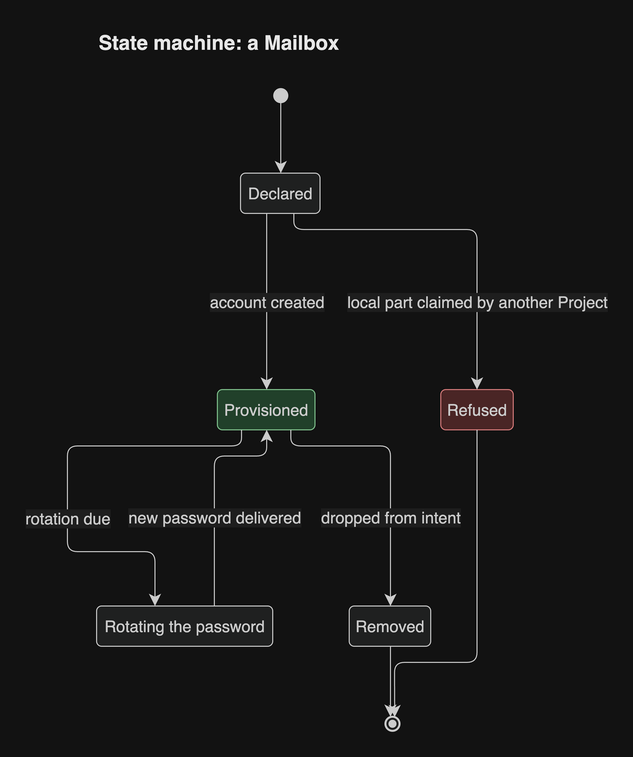
Above: docs/diagrams/png/state-mailbox.png in JorisJonkers-dev/estate-kit (draw.io), before the change. Source tidied: cells renumbered, new cells last; positions are measured from the earlier drawing's top-left corner, leaving out a move shared by most shapes.
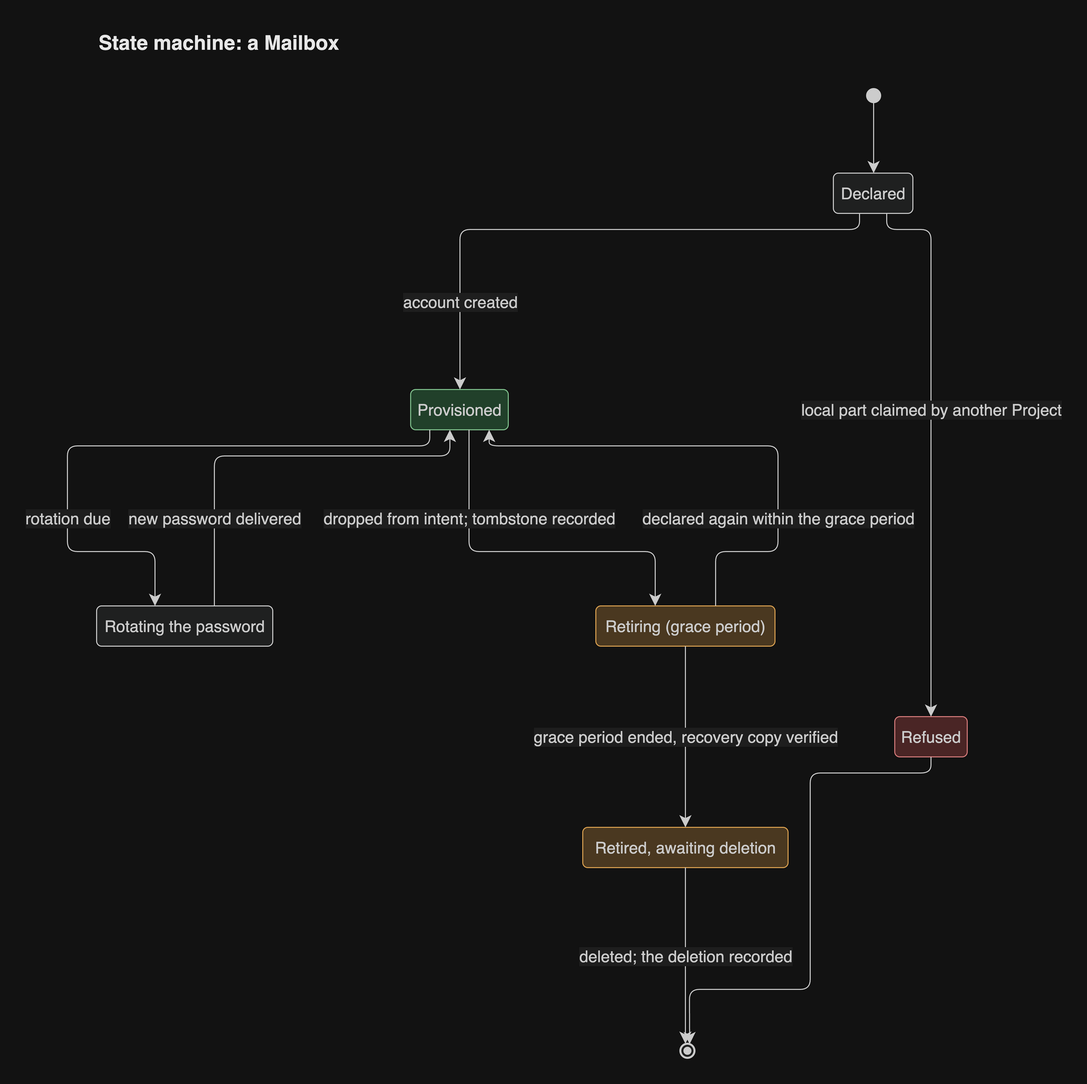
Later version of the same file.

Diff of the diagram source:
```diff
@@ -5,94 +5,119 @@
     <mxCell id="2" value="Rotating the password" style="rounded=1;absoluteArcSize=1;arcSize=10;html=1;whiteSpace=wrap;strokeWidth=1;fillColor=light-dark(#ECECFF,#1f2020);strokeColor=light-dark(#9370DB,#cccccc);fontColor=light-dark(#333333,#cccccc);fontSize=16;fontFamily=Helvetica;" parent="1" vertex="1">
       <mxGeometry x="29" y="578" width="175" height="40" as="geometry" />
     </mxCell>
-    <mxCell id="3" style="ellipse;html=1;fillColor=light-dark(#333333,#cccccc);strokeColor=light-dark(#333333,#cccccc);fontColor=light-dark(#333333,#cccccc);fontSize=16;fontFamily=Helvetica;" parent="1" vertex="1">
-      <mxGeometry x="205" y="64" width="14" height="14" as="geometry" />
+    <mxCell id="3" value="Retiring (grace period)" style="rounded=1;absoluteArcSize=1;arcSize=10;html=1;whiteSpace=wrap;strokeWidth=1;fillColor=light-dark(#ffe6cc,#4a3820);strokeColor=light-dark(#d79b00,#d9a050);fontColor=light-dark(#333333,#cccccc);fontSize=16;fontFamily=Helvetica;" parent="1" vertex="1">
+      <mxGeometry x="525" y="578" width="178" height="40" as="geometry" />
     </mxCell>
-    <mxCell id="4" value="Declared" style="rounded=1;absoluteArcSize=1;arcSize=10;html=1;whiteSpace=wrap;strokeWidth=1;fillColor=light-dark(#ECECFF,#1f2020);strokeColor=light-dark(#9370DB,#cccccc);fontColor=light-dark(#333333,#cccccc);fontSize=16;fontFamily=Helvetica;" parent="1" vertex="1">
-      <mxGeometry x="172" y="148" width="79" height="40" as="geometry" />
+    <mxCell id="4" value="Retired, awaiting deletion" style="rounded=1;absoluteArcSize=1;arcSize=10;html=1;whiteSpace=wrap;strokeWidth=1;fillColor=light-dark(#ffe6cc,#4a3820);strokeColor=light-dark(#d79b00,#d9a050);fontColor=light-dark(#333333,#cccccc);fontSize=16;fontFamily=Helvetica;" parent="1" vertex="1">
+      <mxGeometry x="512" y="798" width="204" height="40" as="geometry" />
     </mxCell>
-    <mxCell id="5" value="Provisioned" style="rounded=1;absoluteArcSize=1;arcSize=10;html=1;whiteSpace=wrap;strokeWidth=1;fillColor=light-dark(#d5e8d4,#21402a);strokeColor=light-dark(#82b366,#7fc08c);fontColor=light-dark(#333333,#cccccc);fontSize=16;fontFamily=Helvetica;" parent="1" vertex="1">
-      <mxGeometry x="149" y="363" width="97" height="40" as="geometry" />
+    <mxCell id="5" style="ellipse;html=1;fillColor=light-dark(#333333,#cccccc);strokeColor=light-dark(#333333,#cccccc);fontColor=light-dark(#333333,#cccccc);fontSize=16;fontFamily=Helvetica;" parent="1" vertex="1">
+      <mxGeometry x="794" y="64" width="14" height="14" as="geometry" />
     </mxCell>
-    <mxCell id="6" value="Refused" style="rounded=1;absoluteArcSize=1;arcSize=10;html=1;whiteSpace=wrap;strokeWidth=1;fillColor=light-dark(#f8cecc,#4a2525);strokeColor=light-dark(#b85450,#d47a7a);fontColor=light-dark(#333333,#cccccc);fontSize=16;fontFamily=Helvetica;" parent="1" vertex="1">
-      <mxGeometry x="371" y="363" width="72" height="40" as="geometry" />
+    <mxCell id="6" value="Declared" style="rounded=1;absoluteArcSize=1;arcSize=10;html=1;whiteSpace=wrap;strokeWidth=1;fillColor=light-dark(#ECECFF,#1f2020);strokeColor=light-dark(#9370DB,#cccccc);fontColor=light-dark(#333333,#cccccc);fontSize=16;fontFamily=Helvetica;" parent="1" vertex="1">
+      <mxGeometry x="761" y="148" width="79" height="40" as="geometry" />
     </mxCell>
-    <mxCell id="7" value="Removed" style="rounded=1;absoluteArcSize=1;arcSize=10;html=1;whiteSpace=wrap;strokeWidth=1;fillColor=light-dark(#ECECFF,#1f2020);strokeColor=light-dark(#9370DB,#cccccc);fontColor=light-dark(#333333,#cccccc);fontSize=16;fontFamily=Helvetica;" parent="1" vertex="1">
-      <mxGeometry x="280" y="578" width="81" height="40" as="geometry" />
+    <mxCell id="7" value="Provisioned" style="rounded=1;absoluteArcSize=1;arcSize=10;html=1;whiteSpace=wrap;strokeWidth=1;fillColor=light-dark(#d5e8d4,#21402a);strokeColor=light-dark(#82b366,#7fc08c);fontColor=light-dark(#333333,#cccccc);fontSize=16;fontFamily=Helvetica;" parent="1" vertex="1">
+      <mxGeometry x="341" y="363" width="97" height="40" as="geometry" />
     </mxCell>
-    <mxCell id="8" style="ellipse;html=1;fillColor=light-dark(#ECECFF,#1f2020);strokeColor=light-dark(#333333,#cccccc);strokeWidth=2;centerRadius=4;centerColor=light-dark(#9370DB,#cccccc);fontColor=light-dark(#333333,#cccccc);fontSize=16;fontFamily=Helvetica;" parent="1" vertex="1">
-      <mxGeometry x="316" y="688" width="14" height="14" as="geometry" />
+    <mxCell id="8" value="Refused" style="rounded=1;absoluteArcSize=1;arcSize=10;html=1;whiteSpace=wrap;strokeWidth=1;fillColor=light-dark(#f8cecc,#4a2525);strokeColor=light-dark(#b85450,#d47a7a);fontColor=light-dark(#333333,#cccccc);fontSize=16;fontFamily=Helvetica;" parent="1" vertex="1">
+      <mxGeometry x="822" y="688" width="72" height="40" as="geometry" />
     </mxCell>
-    <mxCell id="9" style="curved=0;startArrow=none;endArrow=classic;endSize=9;fillColor=none;strokeColor=light-dark(#333333,#cccccc);rounded=1;exitX=0.5;exitY=1;entryX=0.5063;entryY=0;edgeStyle=orthogonalEdgeStyle;fontFamily=Helvetica;" parent="1" edge="1" source="3" target="4">
-      <mxGeometry relative="1" as="geometry">
-        <Array as="points">
-          <mxPoint x="212" y="113" />
-        </Array>
-      </mxGeometry>
+    <mxCell id="9" style="ellipse;html=1;fillColor=light-dark(#ECECFF,#1f2020);strokeColor=light-dark(#333333,#cccccc);strokeWidth=2;centerRadius=4;centerColor=light-dark(#9370DB,#cccccc);fontColor=light-dark(#333333,#cccccc);fontSize=16;fontFamily=Helvetica;" parent="1" vertex="1">
+      <mxGeometry x="609" y="1013" width="14" height="14" as="geometry" />
     </mxCell>
-    <mxCell id="10" value="account created" style="curved=0;startArrow=none;endArrow=classic;endSize=9;fillColor=none;strokeColor=light-dark(#333333,#cccccc);html=1;fontSize=16;fontColor=light-dark(#333333,#cccccc);rounded=1;exitX=0.3291;exitY=1;entryX=0.5052;entryY=0;edgeStyle=orthogonalEdgeStyle;fontFamily=Helvetica;labelBackgroundColor=light-dark(#ffffff,#1e1e1e);" parent="1" edge="1" source="4" target="5">
+    <mxCell id="10" style="curved=0;startArrow=none;endArrow=classic;endSize=9;fillColor=none;strokeColor=light-dark(#333333,#cccccc);rounded=1;exitX=0.5;exitY=1;entryX=0.5063;entryY=0;edgeStyle=orthogonalEdgeStyle;fontFamily=Helvetica;" parent="1" edge="1" source="5" target="6">
       <mxGeometry relative="1" as="geometry">
         <Array as="points">
-          <mxPoint x="198" y="275.5" />
+          <mxPoint x="801" y="113" />
         </Array>
       </mxGeometry>
     </mxCell>
-    <mxCell id="11" value="local part claimed by another Project" style="curved=0;startArrow=none;endArrow=classic;endSize=9;fillColor=none;strokeColor=light-dark(#333333,#cccccc);html=1;fontSize=16;fontColor=light-dark(#333333,#cccccc);rounded=1;exitX=0.6709;exitY=1;entryX=0.5;entryY=0;edgeStyle=orthogonalEdgeStyle;fontFamily=Helvetica;labelBackgroundColor=light-dark(#ffffff,#1e1e1e);" parent="1" edge="1" source="4" target="6">
+    <mxCell id="11" value="account created" style="curved=0;startArrow=none;endArrow=classic;endSize=9;fillColor=none;strokeColor=light-dark(#333333,#cccccc);html=1;fontSize=16;fontColor=light-dark(#333333,#cccccc);rounded=1;exitX=0.3291;exitY=1;entryX=0.5052;entryY=0;edgeStyle=orthogonalEdgeStyle;fontFamily=Helvetica;labelBackgroundColor=light-dark(#ffffff,#1e1e1e);" parent="1" edge="1" source="6" target="7">
       <mxGeometry relative="1" as="geometry">
         <Array as="points">
-          <mxPoint x="225" y="204" />
-          <mxPoint x="407" y="204" />
+          <mxPoint x="787" y="204" />
+          <mxPoint x="390" y="204" />
         </Array>
-        <mxPoint x="19.5" y="71.5" as="offset" />
+        <mxPoint x="-127" y="71.5" as="offset" />
       </mxGeometry>
     </mxCell>
-    <mxCell id="12" value="rotation due" style="curved=0;startArrow=none;endArrow=classic;endSize=9;fillColor=none;strokeColor=light-dark(#333333,#cccccc);html=1;fontSize=16;fontColor=light-dark(#333333,#cccccc);rounded=1;exitX=0.2474;exitY=1;entryX=0.3314;entryY=0;edgeStyle=orthogonalEdgeStyle;fontFamily=Helvetica;labelBackgroundColor=light-dark(#ffffff,#1e1e1e);" parent="1" edge="1" source="5" target="2">
+    <mxCell id="12" value="local part claimed by another Project" style="curved=0;startArrow=none;endArrow=classic;endSize=9;fillColor=none;strokeColor=light-dark(#333333,#cccccc);html=1;fontSize=16;fontColor=light-dark(#333333,#cccccc);rounded=1;exitX=0.6709;exitY=1;entryX=0.5;entryY=0;edgeStyle=orthogonalEdgeStyle;fontFamily=Helvetica;labelBackgroundColor=light-dark(#ffffff,#1e1e1e);" parent="1" edge="1" source="6" target="8">
       <mxGeometry relative="1" as="geometry">
         <Array as="points">
-          <mxPoint x="173" y="419" />
-          <mxPoint y="419" />
-          <mxPoint y="524" />
-          <mxPoint x="87" y="524" />
+          <mxPoint x="814" y="204" />
+          <mxPoint x="858" y="204" />
+          <mxPoint x="858" y="598" />
         </Array>
-        <mxPoint y="43" as="offset" />
+        <mxPoint y="-33" as="offset" />
       </mxGeometry>
     </mxCell>
-    <mxCell id="13" value="new password delivered" style="curved=0;startArrow=none;endArrow=classic;endSize=9;fillColor=none;strokeColor=light-dark(#333333,#cccccc);html=1;fontSize=16;fontColor=light-dark(#333333,#cccccc);rounded=1;exitX=0.6686;exitY=0;entryX=0.5052;entryY=1;edgeStyle=orthogonalEdgeStyle;fontFamily=Helvetica;labelBackgroundColor=light-dark(#ffffff,#1e1e1e);" parent="1" edge="1" source="2" target="5">
+    <mxCell id="13" value="rotation due" style="curved=0;startArrow=none;endArrow=classic;endSize=9;fillColor=none;strokeColor=light-dark(#333333,#cccccc);html=1;fontSize=16;fontColor=light-dark(#333333,#cccccc);rounded=1;exitX=0.1959;exitY=1;entryX=0.3314;entryY=0;edgeStyle=orthogonalEdgeStyle;fontFamily=Helvetica;labelBackgroundColor=light-dark(#ffffff,#1e1e1e);" parent="1" edge="1" source="7" target="2">
       <mxGeometry relative="1" as="geometry">
         <Array as="points">
-          <mxPoint x="146" y="429" />
-          <mxPoint x="198" y="429" />
+          <mxPoint x="360" y="419" />
+          <mxPoint y="419" />
+          <mxPoint y="524" />
+          <mxPoint x="87" y="524" />
         </Array>
-        <mxPoint y="26" as="offset" />
+        <mxPoint x="-65" y="71.5" as="offset" />
       </mxGeometry>
     </mxCell>
-    <mxCell id="14" value="dropped from intent" style="curved=0;startArrow=none;endArrow=classic;endSize=9;fillColor=none;strokeColor=light-dark(#333333,#cccccc);html=1;fontSize=16;fontColor=light-dark(#333333,#cccccc);rounded=1;exitX=0.7526;exitY=1;entryX=0.5062;entryY=0;edgeStyle=orthogonalEdgeStyle;fontFamily=Helvetica;labelBackgroundColor=light-dark(#ffffff,#1e1e1e);" parent="1" edge="1" source="5" target="7">
+    <mxCell id="14" value="new password delivered" style="curved=0;startArrow=none;endArrow=classic;endSize=9;fillColor=none;strokeColor=light-dark(#333333,#cccccc);html=1;fontSize=16;fontColor=light-dark(#333333,#cccccc);rounded=1;exitX=0.6686;exitY=0;entryX=0.4021;entryY=1;edgeStyle=orthogonalEdgeStyle;fontFamily=Helvetica;labelBackgroundColor=light-dark(#ffffff,#1e1e1e);" parent="1" edge="1" source="2" target="7">
       <mxGeometry relative="1" as="geometry">
         <Array as="points">
-          <mxPoint x="222" y="419" />
-          <mxPoint x="321" y="419" />
+          <mxPoint x="146" y="429" />
+          <mxPoint x="380" y="429" />
         </Array>
-        <mxPoint y="49.5" as="offset" />
+        <mxPoint x="-55.5" y="61.5" as="offset" />
       </mxGeometry>
     </mxCell>
-    <mxCell id="15" style="curved=0;startArrow=none;endArrow=classic;endSize=9;fillColor=none;strokeColor=light-dark(#333333,#cccccc);noEdgeStyle=1;orthogonal=1;rounded=1;exitX=0.5062;exitY=1;entryX=0.3571;entryY=0.0208;fontFamily=Helvetica;" parent="1" edge="1" source="7" target="8">
+    <mxCell id="15" value="dropped from intent; tombstone recorded" style="curved=0;startArrow=none;endArrow=classic;endSize=9;fillColor=none;strokeColor=light-dark(#333333,#cccccc);html=1;fontSize=16;fontColor=light-dark(#333333,#cccccc);rounded=1;exitX=0.5979;exitY=1;entryX=0.3315;entryY=0;edgeStyle=orthogonalEdgeStyle;fontFamily=Helvetica;labelBackgroundColor=light-dark(#ffffff,#1e1e1e);" parent="1" edge="1" source="7" target="3">
       <mxGeometry relative="1" as="geometry">
         <Array as="points">
-          <mxPoint x="321" y="688" />
+          <mxPoint x="399" y="524" />
+          <mxPoint x="584" y="524" />
         </Array>
+        <mxPoint x="-59" y="-33.5" as="offset" />
       </mxGeometry>
     </mxCell>
-    <mxCell id="16" style="curved=0;startArrow=none;endArrow=classic;endSize=9;fillColor=none;strokeColor=light-dark(#333333,#cccccc);noEdgeStyle=1;orthogonal=1;rounded=1;exitX=0.5;exitY=1;entryX=0.6429;entryY=0.0208;fontFamily=Helvetica;" parent="1" edge="1" source="6" target="8">
+    <mxCell id="16" value="declared again within the grace period" style="curved=0;startArrow=none;endArrow=classic;endSize=9;fillColor=none;strokeColor=light-dark(#333333,#cccccc);html=1;fontSize=16;fontColor=light-dark(#333333,#cccccc);rounded=1;exitX=0.6685;exitY=0;entryX=0.8041;entryY=1;edgeStyle=orthogonalEdgeStyle;fontFamily=Helvetica;labelBackgroundColor=light-dark(#ffffff,#1e1e1e);" parent="1" edge="1" source="3" target="7">
       <mxGeometry relative="1" as="geometry">
         <Array as="points">
-          <mxPoint x="407" y="490.5" />
-          <mxPoint x="407" y="634" />
-          <mxPoint x="325" y="634" />
+          <mxPoint x="644" y="524" />
+          <mxPoint x="706" y="524" />
+          <mxPoint x="706" y="419" />
+          <mxPoint x="419" y="419" />
         </Array>
+        <mxPoint x="41" y="71.5" as="offset" />
       </mxGeometry>
     </mxCell>
+    <mxCell id="18" value="grace period ended, recovery copy verified" style="curved=0;startArrow=none;endArrow=classic;endSize=9;fillColor=none;strokeColor=light-dark(#333333,#cccccc);html=1;fontSize=16;fontColor=light-dark(#333333,#cccccc);rounded=1;exitX=0.5;exitY=1;entryX=0.5;entryY=0;edgeStyle=orthogonalEdgeStyle;fontFamily=Helvetica;labelBackgroundColor=light-dark(#ffffff,#1e1e1e);" parent="1" edge="1" source="3" target="4">
+      <mxGeometry relative="1" as="geometry">
+        <Array as="points">
+          <mxPoint x="614" y="708" />
+        </Array>
+      </mxGeometry>
+    </mxCell>
+    <mxCell id="19" value="deleted; the deletion recorded" style="curved=0;startArrow=none;endArrow=classic;endSize=9;fillColor=none;strokeColor=light-dark(#333333,#cccccc);html=1;fontSize=16;fontColor=light-dark(#333333,#cccccc);noEdgeStyle=1;orthogonal=1;rounded=1;exitX=0.5;exitY=1;entryX=0.3571;entryY=0.0208;fontFamily=Helvetica;labelBackgroundColor=light-dark(#ffffff,#1e1e1e);" parent="1" edge="1" source="4" target="9">
+      <mxGeometry relative="1" as="geometry">
+        <Array as="points">
+          <mxPoint x="614" y="1013" />
+        </Array>
+      </mxGeometry>
+    </mxCell>
+    <mxCell id="20" style="curved=0;startArrow=none;endArrow=classic;endSize=9;fillColor=none;strokeColor=light-dark(#333333,#cccccc);noEdgeStyle=1;orthogonal=1;rounded=1;exitX=0.5;exitY=1;entryX=0.6429;entryY=0.0208;fontFamily=Helvetica;" parent="1" edge="1" source="8" target="9">
+      <mxGeometry relative="1" as="geometry">
+        <Array as="points">
+          <mxPoint x="858" y="744" />
+          <mxPoint x="738" y="744" />
+          <mxPoint x="738" y="959" />
+          <mxPoint x="618" y="959" />
+        </Array>
+      </mxGeometry>
+    </mxCell>
     <mxCell id="17" value="State machine: a Mailbox" style="text;html=1;whiteSpace=wrap;align=left;verticalAlign=middle;fontSize=20;fontStyle=1;fontColor=light-dark(#1a1a1a,#e8e8e8);fontFamily=Helvetica;" parent="1" vertex="1">
-      <mxGeometry x="29" width="480" height="36" as="geometry" />
+      <mxGeometry x="29" width="865" height="36" as="geometry" />
     </mxCell>
   </root>
 </mxGraphModel>
```
